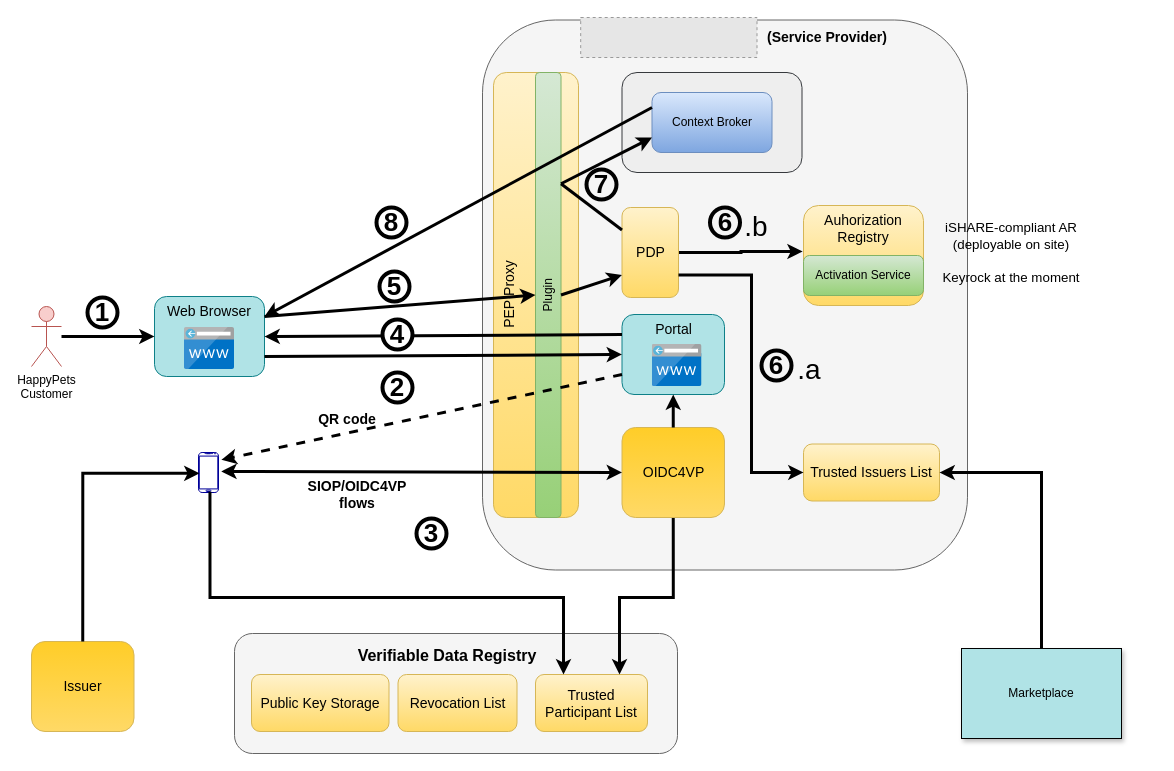
Before: page "VC-General" (1 of 9) of images/sources/Architecture-VCFlows.drawio in hesusruiz/dsbamvf, a draw.io diagram. Source tidied: cells renumbered, new cells numbered last; positions are measured from the earlier drawing's top-left corner, leaving out a move shared by most shapes. Both pictures are drawn from the tidied source at 100%, with x=0, y=0 at pixel (31, 17). Pictures stored in the file or linked from it are replaced by grey dashed boxes.
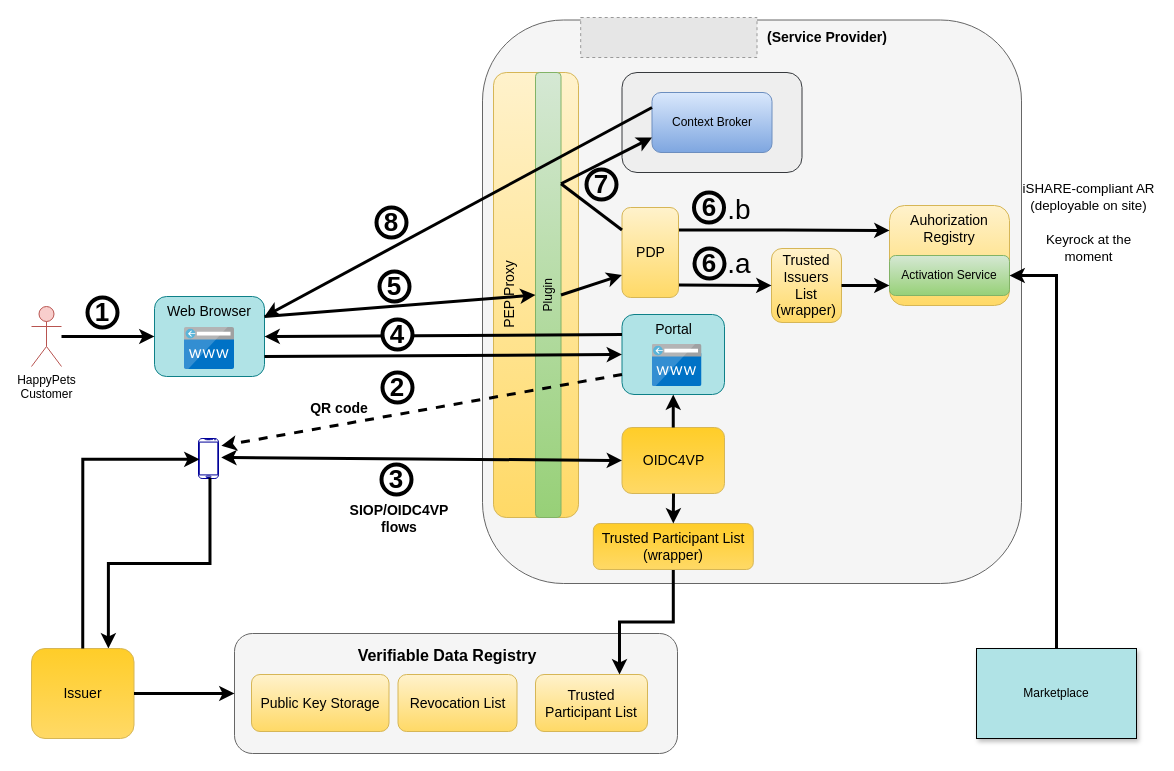
The same diagram, later.

Commit message (it also covers changes not shown here):
Add wrappers to diagram

Unchanged cells that the change refers to:
```xml
<mxCell id="14" style="rounded=1;whiteSpace=wrap;html=1;fillColor=#f5f5f5;strokeColor=#666666;fontColor=#333333;" parent="1" vertex="1">
  <mxGeometry x="203" y="616" width="443" height="120" as="geometry" />
</mxCell>
<mxCell id="18" value="Trusted Participant List" style="rounded=1;whiteSpace=wrap;html=1;fontSize=14;gradientColor=#ffd966;fillColor=#fff2cc;strokeColor=#d6b656;" parent="1" vertex="1">
  <mxGeometry x="504" y="657" width="112" height="57" as="geometry" />
</mxCell>
<mxCell id="22" value="PDP" style="rounded=1;whiteSpace=wrap;html=1;fontSize=14;gradientColor=#ffd966;fillColor=#fff2cc;strokeColor=#d6b656;labelPosition=center;verticalLabelPosition=middle;align=center;verticalAlign=middle;" parent="1" vertex="1">
  <mxGeometry x="590.5" y="190" width="56.5" height="90" as="geometry" />
</mxCell>
```

The edit, as a diff of the source:
```diff
@@
     <mxCell id="4" style="rounded=1;whiteSpace=wrap;html=1;fillColor=#f5f5f5;strokeColor=#666666;fontColor=#333333;" parent="1" vertex="1">
-      <mxGeometry x="451" y="2.5" width="485" height="550" as="geometry" />
+      <mxGeometry x="451" y="2.5" width="539" height="563.5" as="geometry" />
     </mxCell>
@@
     <mxCell id="8" value="Auhorization Registry" style="rounded=1;whiteSpace=wrap;html=1;fontSize=14;gradientColor=#ffd966;fillColor=#fff2cc;strokeColor=#d6b656;verticalAlign=top;" parent="1" vertex="1">
-      <mxGeometry x="772" y="188" width="120" height="100" as="geometry" />
+      <mxGeometry x="858" y="188" width="120" height="100" as="geometry" />
     </mxCell>
@@
     <mxCell id="11" value="Activation Service" style="rounded=1;whiteSpace=wrap;html=1;fontSize=12;gradientColor=#97d077;fillColor=#d5e8d4;strokeColor=#82b366;" parent="1" vertex="1">
-      <mxGeometry x="772" y="238" width="120" height="40" as="geometry" />
+      <mxGeometry x="858" y="238" width="120" height="40" as="geometry" />
     </mxCell>
@@
     <mxCell id="20" style="verticalLabelPosition=bottom;verticalAlign=top;html=1;shadow=0;dashed=0;strokeWidth=1;shape=mxgraph.android.phone2;strokeColor=#000099;" parent="1" vertex="1">
-      <mxGeometry x="167" y="435" width="20" height="40" as="geometry" />
+      <mxGeometry x="167" y="421" width="20" height="40" as="geometry" />
     </mxCell>
-    <mxCell id="21" style="edgeStyle=orthogonalEdgeStyle;rounded=0;jettySize=auto;html=1;exitX=1;exitY=0.5;exitDx=0;exitDy=0;entryX=-0.007;entryY=0.46;entryDx=0;entryDy=0;strokeColor=default;strokeWidth=3;entryPerimeter=0;" parent="1" edge="1" source="22" target="8">
+    <mxCell id="21" style="edgeStyle=orthogonalEdgeStyle;rounded=0;jettySize=auto;html=1;exitX=1;exitY=0.25;exitDx=0;exitDy=0;entryX=0;entryY=0.25;entryDx=0;entryDy=0;strokeColor=default;strokeWidth=3;" parent="1" edge="1" source="22" target="8">
       <mxGeometry relative="1" as="geometry" />
     </mxCell>
@@
-    <mxCell id="24" style="edgeStyle=orthogonalEdgeStyle;rounded=0;jettySize=auto;html=1;exitX=0.5;exitY=1;exitDx=0;exitDy=0;strokeColor=default;strokeWidth=3;entryX=0.75;entryY=0;entryDx=0;entryDy=0;" parent="1" edge="1" source="25" target="18">
-      <mxGeometry relative="1" as="geometry">
-        <Array as="points">
-          <mxPoint x="642" y="580" />
-          <mxPoint x="588" y="580" />
-        </Array>
-      </mxGeometry>
+    <mxCell id="24" style="edgeStyle=orthogonalEdgeStyle;rounded=0;jettySize=auto;html=1;exitX=0.5;exitY=1;exitDx=0;exitDy=0;strokeColor=default;strokeWidth=3;entryX=0.75;entryY=0;entryDx=0;entryDy=0;" parent="1" edge="1" source="61" target="18">
+      <mxGeometry relative="1" as="geometry" />
     </mxCell>
     <mxCell id="25" value="OIDC4VP" style="rounded=1;whiteSpace=wrap;html=1;fontSize=14;gradientColor=#ffd966;fillColor=#FFCD28;strokeColor=#d6b656;labelPosition=center;verticalLabelPosition=middle;align=center;verticalAlign=middle;" parent="1" vertex="1">
-      <mxGeometry x="590.5" y="410" width="102.5" height="90" as="geometry" />
+      <mxGeometry x="590.5" y="410" width="102.5" height="66" as="geometry" />
     </mxCell>
@@
     <mxCell id="27" value="SIOP/OIDC4VP&lt;br style=&quot;font-size: 14px;&quot;&gt;flows" style="text;html=1;strokeColor=none;fillColor=none;align=center;verticalAlign=middle;whiteSpace=wrap;rounded=0;fontSize=14;fontStyle=1;" parent="1" vertex="1">
-      <mxGeometry x="296" y="462" width="60" height="30" as="geometry" />
+      <mxGeometry x="338" y="486" width="60" height="30" as="geometry" />
     </mxCell>
@@
     <mxCell id="31" value="QR code" style="text;html=1;strokeColor=none;fillColor=none;align=center;verticalAlign=middle;whiteSpace=wrap;rounded=0;fontStyle=1;fontSize=14;" parent="1" vertex="1">
-      <mxGeometry x="286" y="387" width="60" height="30" as="geometry" />
+      <mxGeometry x="278" y="376" width="60" height="30" as="geometry" />
     </mxCell>
@@
-    <mxCell id="35" style="endArrow=classic;html=1;rounded=0;strokeColor=default;exitX=0.573;exitY=0.984;exitDx=0;exitDy=0;exitPerimeter=0;entryX=0.25;entryY=0;entryDx=0;entryDy=0;edgeStyle=orthogonalEdgeStyle;strokeWidth=3;" parent="1" edge="1" source="20" target="18">
-      <mxGeometry relative="1" as="geometry">
-        <Array as="points">
-          <mxPoint x="178" y="580" />
-          <mxPoint x="532" y="580" />
-        </Array>
-      </mxGeometry>
+    <mxCell id="35" style="endArrow=classic;html=1;rounded=0;strokeColor=default;exitX=0.573;exitY=0.984;exitDx=0;exitDy=0;exitPerimeter=0;entryX=0.75;entryY=0;entryDx=0;entryDy=0;edgeStyle=orthogonalEdgeStyle;strokeWidth=3;" parent="1" edge="1" source="20" target="54">
+      <mxGeometry relative="1" as="geometry" />
     </mxCell>
@@
     <mxCell id="41" value="3" style="ellipse;whiteSpace=wrap;html=1;fontSize=26;fillColor=none;fontStyle=1;strokeWidth=4;" parent="1" vertex="1">
-      <mxGeometry x="385" y="501" width="30" height="30" as="geometry" />
+      <mxGeometry x="350" y="447" width="30" height="30" as="geometry" />
     </mxCell>
@@
     <mxCell id="44" value="6" style="ellipse;whiteSpace=wrap;html=1;fontSize=26;fillColor=none;fontStyle=1;strokeWidth=4;" parent="1" vertex="1">
-      <mxGeometry x="678.5" y="190" width="30" height="30" as="geometry" />
+      <mxGeometry x="662.5" y="175" width="30" height="30" as="geometry" />
     </mxCell>
@@
-    <mxCell id="48" value="Trusted Issuers List" style="rounded=1;whiteSpace=wrap;html=1;fontSize=14;gradientColor=#ffd966;fillColor=#fff2cc;strokeColor=#d6b656;" parent="1" vertex="1">
-      <mxGeometry x="772" y="426.5" width="136" height="57" as="geometry" />
-    </mxCell>
     <mxCell id="49" value="&lt;span id=&quot;docs-internal-guid-672dc711-7fff-cf49-be95-7c9b9b24b8ca&quot; style=&quot;font-weight:normal;&quot;&gt;&lt;span style=&quot;font-size: 10pt; font-family: Arial; background-color: transparent; font-variant-numeric: normal; font-variant-east-asian: normal; vertical-align: baseline;&quot;&gt;iSHARE-compliant AR (deployable on site)&lt;/span&gt;&lt;span style=&quot;font-size: 10pt; font-family: Arial; background-color: transparent; font-variant-numeric: normal; font-variant-east-asian: normal; vertical-align: baseline;&quot;&gt;&lt;br&gt;&lt;/span&gt;&lt;span style=&quot;font-size: 10pt; font-family: Arial; background-color: transparent; font-variant-numeric: normal; font-variant-east-asian: normal; vertical-align: baseline;&quot;&gt;&lt;br&gt;&lt;/span&gt;&lt;span style=&quot;font-size: 10pt; font-family: Arial; background-color: transparent; font-variant-numeric: normal; font-variant-east-asian: normal; vertical-align: baseline;&quot;&gt;Keyrock at the moment&lt;/span&gt;&lt;/span&gt;" style="text;html=1;strokeColor=none;fillColor=none;align=center;verticalAlign=middle;whiteSpace=wrap;rounded=0;fontStyle=1;fontSize=14;" parent="1" vertex="1">
-      <mxGeometry x="908" y="197" width="144" height="76" as="geometry" />
+      <mxGeometry x="990" y="167" width="135" height="76" as="geometry" />
     </mxCell>
     <mxCell id="50" value="Marketplace" style="rounded=0;whiteSpace=wrap;html=1;fillColor=#B0E3E6;shadow=1;" parent="1" vertex="1">
-      <mxGeometry x="930" y="631" width="160" height="90" as="geometry" />
+      <mxGeometry x="945" y="631" width="160" height="90" as="geometry" />
     </mxCell>
-    <mxCell id="51" style="edgeStyle=orthogonalEdgeStyle;rounded=0;jettySize=auto;html=1;exitX=1;exitY=0.75;exitDx=0;exitDy=0;strokeColor=default;strokeWidth=3;entryX=0;entryY=0.5;entryDx=0;entryDy=0;" parent="1" edge="1" source="22" target="48">
-      <mxGeometry relative="1" as="geometry">
-        <Array as="points">
-          <mxPoint x="720" y="257" />
-          <mxPoint x="720" y="455" />
-        </Array>
-      </mxGeometry>
-    </mxCell>
     <mxCell id="52" value="6" style="ellipse;whiteSpace=wrap;html=1;fontSize=26;fillColor=none;fontStyle=1;strokeWidth=4;" parent="1" vertex="1">
-      <mxGeometry x="730" y="333" width="30" height="30" as="geometry" />
+      <mxGeometry x="663" y="231" width="30" height="30" as="geometry" />
     </mxCell>
-    <mxCell id="53" style="edgeStyle=orthogonalEdgeStyle;rounded=0;jettySize=auto;html=1;strokeColor=default;strokeWidth=3;entryX=1;entryY=0.5;entryDx=0;entryDy=0;exitX=0.5;exitY=0;exitDx=0;exitDy=0;" parent="1" edge="1" source="50" target="48">
+    <mxCell id="53" style="edgeStyle=orthogonalEdgeStyle;rounded=0;jettySize=auto;html=1;strokeColor=default;strokeWidth=3;entryX=1;entryY=0.5;entryDx=0;entryDy=0;exitX=0.5;exitY=0;exitDx=0;exitDy=0;" parent="1" edge="1" source="50" target="11">
       <mxGeometry relative="1" as="geometry" />
     </mxCell>
     <mxCell id="54" value="Issuer" style="rounded=1;whiteSpace=wrap;html=1;fontSize=14;gradientColor=#ffd966;fillColor=#FFCD28;strokeColor=#d6b656;labelPosition=center;verticalLabelPosition=middle;align=center;verticalAlign=middle;" parent="1" vertex="1">
-      <mxGeometry y="624" width="102.5" height="90" as="geometry" />
+      <mxGeometry y="631" width="102.5" height="90" as="geometry" />
     </mxCell>
     <mxCell id="55" value="&lt;font style=&quot;font-weight: normal; font-size: 28px;&quot;&gt;.a&lt;/font&gt;" style="text;html=1;strokeColor=none;fillColor=none;align=center;verticalAlign=middle;whiteSpace=wrap;rounded=0;fontStyle=1;fontSize=14;" parent="1" vertex="1">
-      <mxGeometry x="762.5" y="337" width="30" height="30" as="geometry" />
+      <mxGeometry x="693" y="231" width="30" height="30" as="geometry" />
     </mxCell>
     <mxCell id="56" value="&lt;font style=&quot;font-weight: normal; font-size: 28px;&quot;&gt;.b&lt;/font&gt;" style="text;html=1;strokeColor=none;fillColor=none;align=center;verticalAlign=middle;whiteSpace=wrap;rounded=0;fontStyle=1;fontSize=14;" parent="1" vertex="1">
-      <mxGeometry x="709.5" y="194" width="30" height="30" as="geometry" />
+      <mxGeometry x="692.5" y="177" width="30" height="30" as="geometry" />
     </mxCell>
@@
+    <mxCell id="58" value="Trusted Issuers List&lt;br&gt;(wrapper)" style="rounded=1;whiteSpace=wrap;html=1;fontSize=14;gradientColor=#ffd966;fillColor=#fff2cc;strokeColor=#d6b656;" parent="1" vertex="1">
+      <mxGeometry x="740" y="231" width="70" height="74" as="geometry" />
+    </mxCell>
+    <mxCell id="59" style="edgeStyle=orthogonalEdgeStyle;rounded=0;jettySize=auto;html=1;exitX=1;exitY=0.5;exitDx=0;exitDy=0;strokeColor=default;strokeWidth=3;entryX=0;entryY=0.75;entryDx=0;entryDy=0;" parent="1" edge="1" source="58" target="11">
+      <mxGeometry relative="1" as="geometry" />
+    </mxCell>
+    <mxCell id="60" style="rounded=0;orthogonalLoop=1;jettySize=auto;html=1;strokeColor=default;strokeWidth=3;" parent="1" edge="1">
+      <mxGeometry relative="1" as="geometry">
+        <mxPoint x="647.5" y="267.5" as="sourcePoint" />
+        <mxPoint x="740" y="268" as="targetPoint" />
+      </mxGeometry>
+    </mxCell>
+    <mxCell id="61" value="Trusted Participant List&lt;br&gt;(wrapper)" style="rounded=1;whiteSpace=wrap;html=1;fontSize=14;gradientColor=#ffd966;fillColor=#FFCD28;strokeColor=#d6b656;labelPosition=center;verticalLabelPosition=middle;align=center;verticalAlign=middle;" parent="1" vertex="1">
+      <mxGeometry x="561.8" y="506" width="160" height="46" as="geometry" />
+    </mxCell>
+    <mxCell id="62" style="endArrow=classic;html=1;rounded=0;strokeColor=default;entryX=0.5;entryY=0;entryDx=0;entryDy=0;strokeWidth=3;" parent="1" edge="1" target="61">
+      <mxGeometry relative="1" as="geometry">
+        <mxPoint x="642" y="476" as="sourcePoint" />
+      </mxGeometry>
+    </mxCell>
+    <mxCell id="63" style="edgeStyle=orthogonalEdgeStyle;rounded=0;jettySize=auto;html=1;exitX=1;exitY=0.5;exitDx=0;exitDy=0;strokeColor=default;strokeWidth=3;entryX=0;entryY=0.5;entryDx=0;entryDy=0;" parent="1" edge="1" source="54" target="14">
+      <mxGeometry relative="1" as="geometry" />
+    </mxCell>
```
